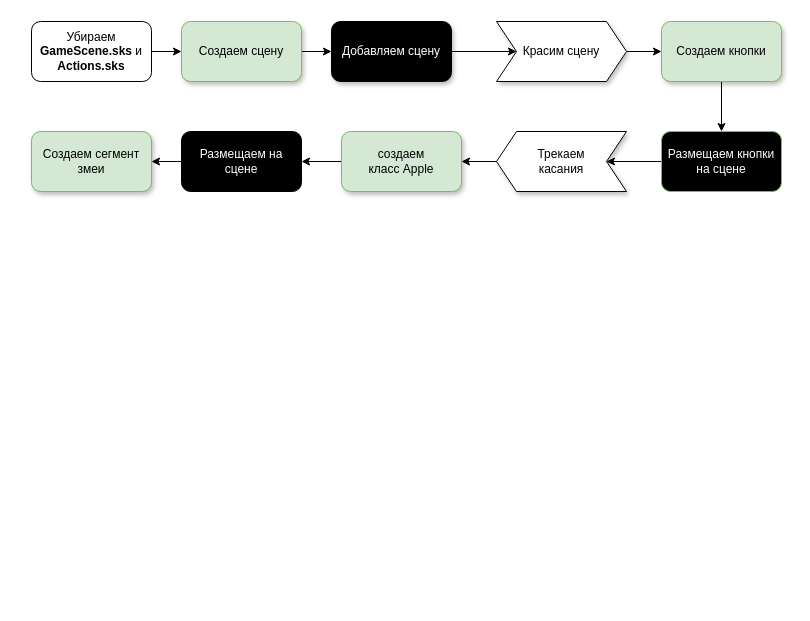
Earlier version of the draw.io diagram Untitled Diagram.drawio (Leonif/diagrams). Source tidied: cells renumbered, new cells numbered last; positions are measured from the earlier drawing's top-left corner, leaving out a move shared by most shapes. Both pictures are drawn from the tidied source at 100%, with x=0, y=0 at pixel (31, 21).
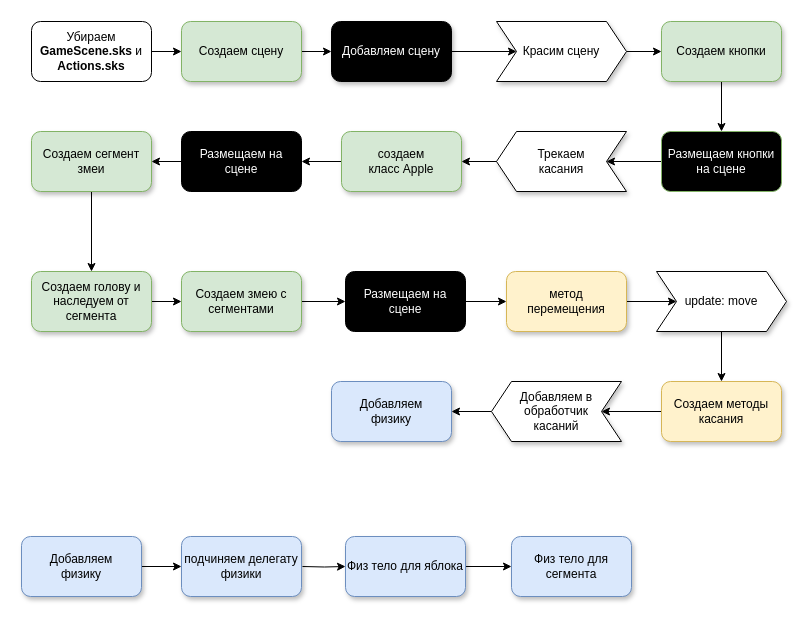
The same diagram, later.

The change refers to these unchanged cells:
```xml
<mxCell id="16" value="Создаем сегмент змеи" style="whiteSpace=wrap;html=1;rounded=1;fillColor=#d5e8d4;strokeColor=#82b366;shadow=1;" parent="1" vertex="1">
  <mxGeometry y="110" width="120" height="60" as="geometry" />
</mxCell>
```

What changed in the source:
```diff
@@
+    <mxCell id="21" style="edgeStyle=orthogonalEdgeStyle;rounded=0;jettySize=auto;html=1;" parent="1" edge="1" source="16" target="23">
+      <mxGeometry relative="1" as="geometry" />
+    </mxCell>
@@
+    <mxCell id="22" style="edgeStyle=orthogonalEdgeStyle;rounded=0;jettySize=auto;html=1;" parent="1" edge="1" source="23" target="25">
+      <mxGeometry relative="1" as="geometry" />
+    </mxCell>
+    <mxCell id="23" value="Создаем голову и наследуем от сегмента" style="whiteSpace=wrap;html=1;rounded=1;shadow=1;strokeColor=#82b366;fillColor=#d5e8d4;" parent="1" vertex="1">
+      <mxGeometry y="250" width="120" height="60" as="geometry" />
+    </mxCell>
+    <mxCell id="24" style="edgeStyle=orthogonalEdgeStyle;rounded=0;jettySize=auto;html=1;exitX=1;exitY=0.5;exitDx=0;exitDy=0;entryX=0;entryY=0.5;entryDx=0;entryDy=0;" parent="1" edge="1" source="25" target="27">
+      <mxGeometry relative="1" as="geometry" />
+    </mxCell>
+    <mxCell id="25" value="Создаем змею с сегментами" style="whiteSpace=wrap;html=1;rounded=1;shadow=1;strokeColor=#82b366;fillColor=#d5e8d4;" parent="1" vertex="1">
+      <mxGeometry x="150" y="250" width="120" height="60" as="geometry" />
+    </mxCell>
+    <mxCell id="26" style="edgeStyle=orthogonalEdgeStyle;rounded=0;jettySize=auto;html=1;entryX=0;entryY=0.5;entryDx=0;entryDy=0;" parent="1" edge="1" source="27" target="33">
+      <mxGeometry relative="1" as="geometry" />
+    </mxCell>
+    <mxCell id="27" value="Размещаем на сцене" style="whiteSpace=wrap;html=1;rounded=1;fillColor=#000000;fontColor=#FFFFFF;" parent="1" vertex="1">
+      <mxGeometry x="314" y="250" width="120" height="60" as="geometry" />
+    </mxCell>
+    <mxCell id="28" style="edgeStyle=orthogonalEdgeStyle;rounded=0;jettySize=auto;html=1;exitX=1;exitY=0.5;exitDx=0;exitDy=0;" parent="1" edge="1" source="33" target="30">
+      <mxGeometry relative="1" as="geometry" />
+    </mxCell>
+    <mxCell id="29" style="edgeStyle=orthogonalEdgeStyle;rounded=0;jettySize=auto;html=1;" parent="1" edge="1" source="30" target="32">
+      <mxGeometry relative="1" as="geometry" />
+    </mxCell>
+    <mxCell id="30" value="update: move" style="shape=step;perimeter=stepPerimeter;whiteSpace=wrap;html=1;fixedSize=1;shadow=1;sketch=0;fillColor=#FFFFFF;" parent="1" vertex="1">
+      <mxGeometry x="625" y="250" width="130" height="60" as="geometry" />
+    </mxCell>
+    <mxCell id="31" style="edgeStyle=orthogonalEdgeStyle;rounded=0;jettySize=auto;html=1;" parent="1" edge="1" source="32" target="35">
+      <mxGeometry relative="1" as="geometry" />
+    </mxCell>
+    <mxCell id="32" value="Создаем методы касания" style="whiteSpace=wrap;html=1;rounded=1;shadow=1;strokeColor=#d6b656;fillColor=#fff2cc;" parent="1" vertex="1">
+      <mxGeometry x="630" y="360" width="120" height="60" as="geometry" />
+    </mxCell>
+    <mxCell id="33" value="&lt;div&gt;метод&lt;/div&gt;&lt;div&gt; перемещения&lt;/div&gt;" style="whiteSpace=wrap;html=1;rounded=1;shadow=1;strokeColor=#d6b656;fillColor=#fff2cc;" parent="1" vertex="1">
+      <mxGeometry x="475" y="250" width="120" height="60" as="geometry" />
+    </mxCell>
+    <mxCell id="34" style="edgeStyle=orthogonalEdgeStyle;rounded=0;jettySize=auto;html=1;" parent="1" edge="1" source="35" target="36">
+      <mxGeometry relative="1" as="geometry" />
+    </mxCell>
+    <mxCell id="35" value="&lt;div&gt;Добавляем в обработчик&lt;/div&gt;&lt;div&gt; касаний&lt;/div&gt;" style="shape=step;perimeter=stepPerimeter;whiteSpace=wrap;html=1;fixedSize=1;shadow=1;sketch=0;fillColor=#FFFFFF;direction=west;align=center;" parent="1" vertex="1">
+      <mxGeometry x="460" y="360" width="130" height="60" as="geometry" />
+    </mxCell>
+    <mxCell id="36" value="&lt;div&gt;Добавляем &lt;br&gt;&lt;/div&gt;&lt;div&gt;физику&lt;br&gt;&lt;/div&gt;" style="whiteSpace=wrap;html=1;rounded=1;shadow=1;strokeColor=#6c8ebf;fillColor=#dae8fc;" parent="1" vertex="1">
+      <mxGeometry x="300" y="360" width="120" height="60" as="geometry" />
+    </mxCell>
+    <mxCell id="37" style="edgeStyle=orthogonalEdgeStyle;rounded=0;jettySize=auto;html=1;" parent="1" edge="1" source="38" target="40">
+      <mxGeometry relative="1" as="geometry" />
+    </mxCell>
+    <mxCell id="38" value="&lt;div&gt;Добавляем &lt;br&gt;&lt;/div&gt;&lt;div&gt;физику&lt;br&gt;&lt;/div&gt;" style="whiteSpace=wrap;html=1;rounded=1;shadow=1;strokeColor=#6c8ebf;fillColor=#dae8fc;" parent="1" vertex="1">
+      <mxGeometry x="-10" y="515" width="120" height="60" as="geometry" />
+    </mxCell>
+    <mxCell id="39" style="edgeStyle=orthogonalEdgeStyle;rounded=0;jettySize=auto;html=1;" parent="1" edge="1" target="42">
+      <mxGeometry relative="1" as="geometry">
+        <mxPoint x="271" y="545" as="sourcePoint" />
+      </mxGeometry>
+    </mxCell>
+    <mxCell id="40" value="подчиняем делегату физики" style="whiteSpace=wrap;html=1;rounded=1;shadow=1;strokeColor=#6c8ebf;fillColor=#dae8fc;" parent="1" vertex="1">
+      <mxGeometry x="150" y="515" width="120" height="60" as="geometry" />
+    </mxCell>
+    <mxCell id="41" style="edgeStyle=orthogonalEdgeStyle;rounded=0;jettySize=auto;html=1;" parent="1" edge="1" source="42" target="43">
+      <mxGeometry relative="1" as="geometry" />
+    </mxCell>
+    <mxCell id="42" value="Физ тело для яблока" style="whiteSpace=wrap;html=1;rounded=1;shadow=1;strokeColor=#6c8ebf;fillColor=#dae8fc;" parent="1" vertex="1">
+      <mxGeometry x="314" y="515" width="120" height="60" as="geometry" />
+    </mxCell>
+    <mxCell id="43" value="Физ тело для сегмента" style="whiteSpace=wrap;html=1;rounded=1;shadow=1;strokeColor=#6c8ebf;fillColor=#dae8fc;" parent="1" vertex="1">
+      <mxGeometry x="480" y="515" width="120" height="60" as="geometry" />
+    </mxCell>
```
